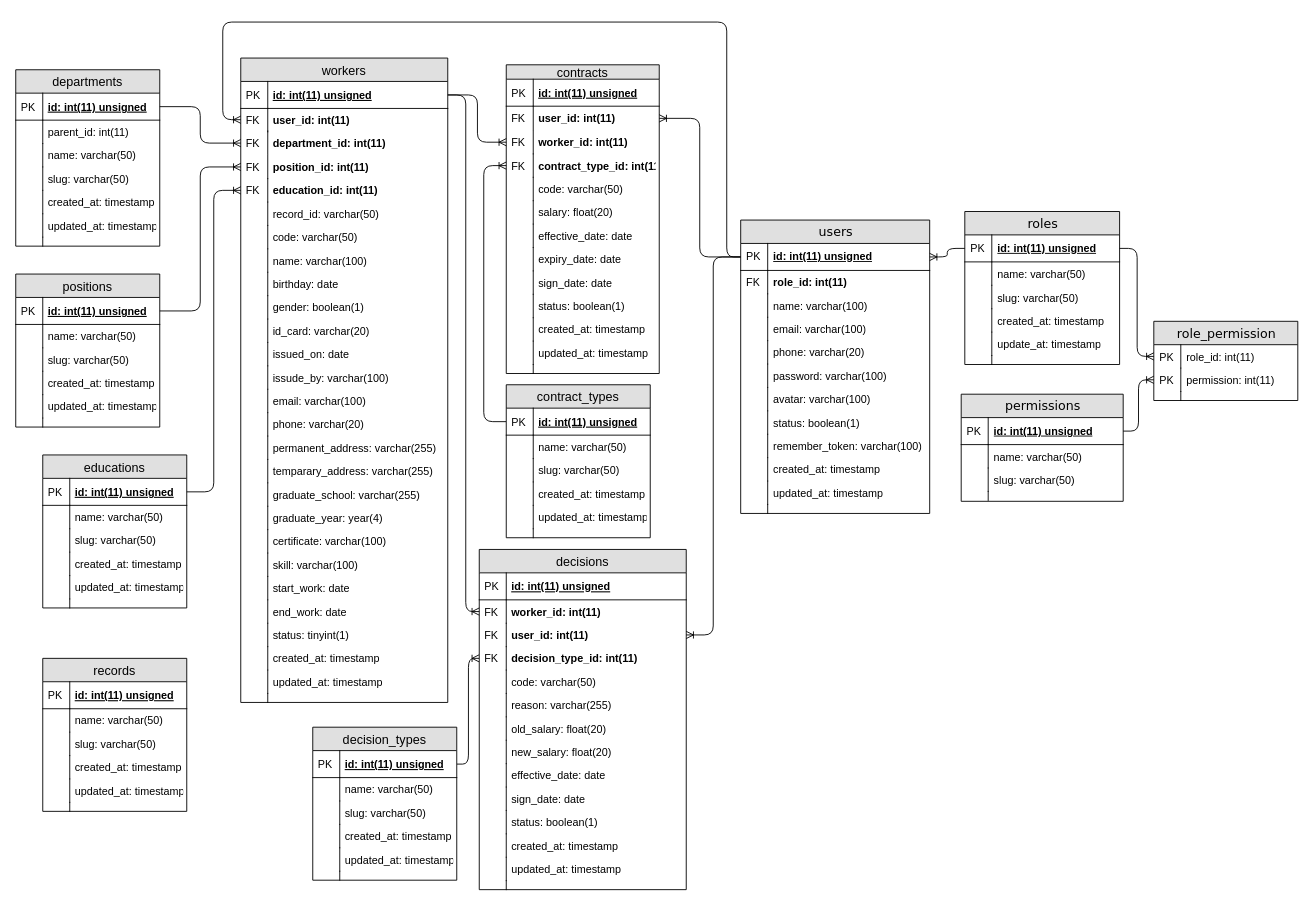
Before: page "database design" (1 of 2) of doc/database_design.drawio in i-am-nikola/hrm_application, a draw.io diagram. Source tidied: cells renumbered, new cells numbered last; positions are measured from the earlier drawing's top-left corner, leaving out a move shared by most shapes. Both pictures are drawn from the tidied source at 90%, with x=0, y=0 at pixel (15, 22).
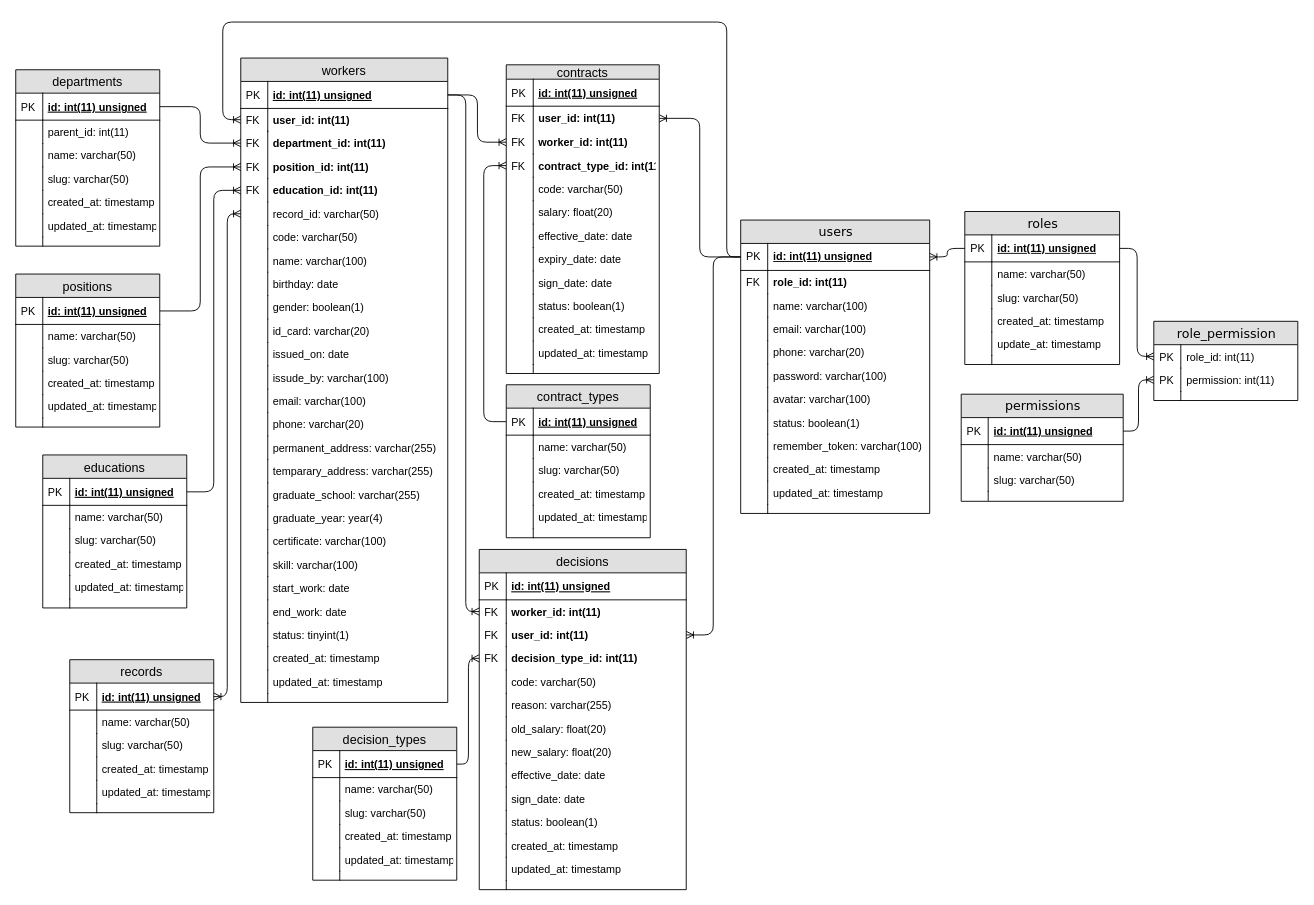
Above is the later version.

The change refers to these unchanged cells:
```xml
<mxCell id="31" value="id: int(11) unsigned" style="shape=partialRectangle;top=0;left=0;right=0;bottom=1;align=left;verticalAlign=middle;fillColor=none;spacingLeft=34;spacingRight=4;overflow=hidden;points=[[0,0.5],[1,0.5]];portConstraint=eastwest;fontStyle=5;fontSize=12;" parent="30" vertex="1">
  <mxGeometry y="26" width="160" height="30" as="geometry" />
</mxCell>
<mxCell id="67" value="record_id: varchar(50)" style="shape=partialRectangle;top=0;left=0;right=0;bottom=0;align=left;verticalAlign=top;fillColor=none;spacingLeft=34;spacingRight=4;overflow=hidden;points=[[0,0.5],[1,0.5]];portConstraint=eastwest;fontSize=12;" parent="56" vertex="1">
  <mxGeometry y="160" width="230" height="26" as="geometry" />
</mxCell>
```

Change to the diagram source:
```diff
@@
     <mxCell id="30" value="records" style="swimlane;fontStyle=0;horizontal=1;startSize=26;fillColor=#e0e0e0;swimlaneFillColor=#ffffff;align=center;fontSize=14;" parent="1" vertex="1">
-      <mxGeometry x="30" y="707" width="160" height="170" as="geometry" />
+      <mxGeometry x="60" y="708.5" width="160" height="170" as="geometry" />
     </mxCell>
@@
+    <mxCell id="260" style="edgeStyle=elbowEdgeStyle;fontSize=12;html=1;endArrow=ERoneToMany;startArrow=ERoneToMany;entryX=0;entryY=0.5;entryDx=0;entryDy=0;exitX=1;exitY=0.5;exitDx=0;exitDy=0;" parent="1" edge="1" source="31" target="67">
+      <mxGeometry relative="1" as="geometry" />
+    </mxCell>
```
